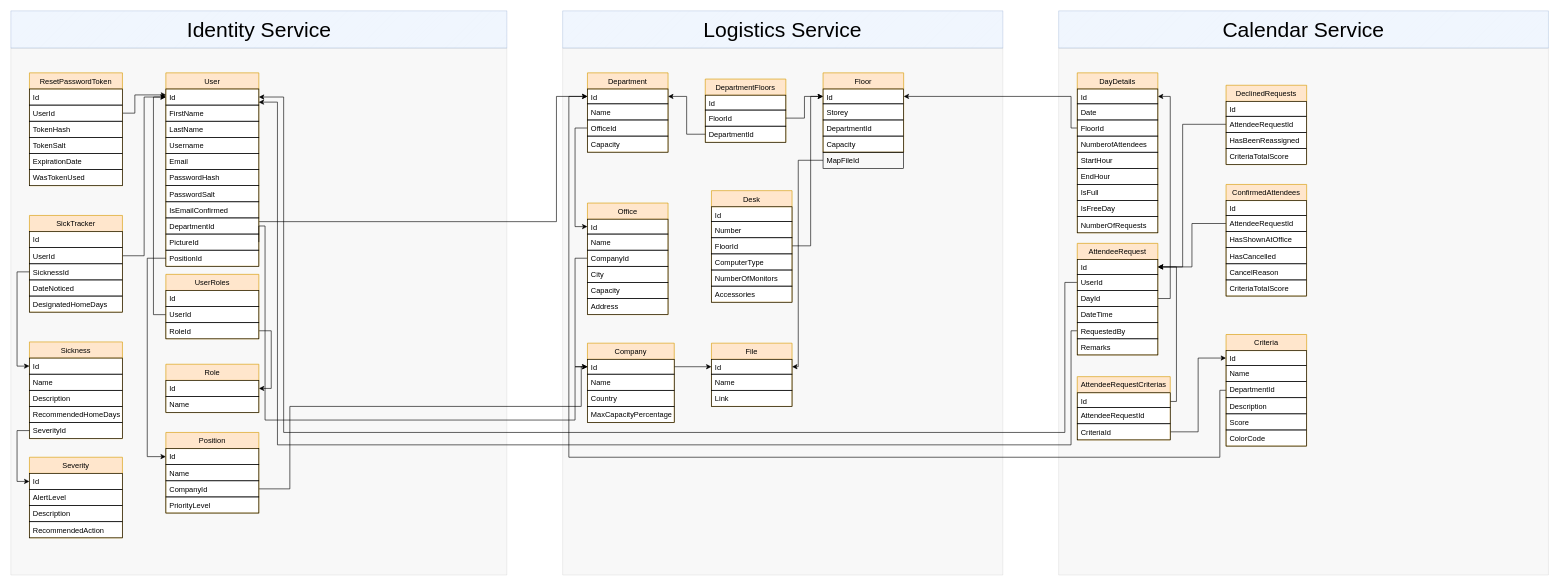
This is Koala DB.drawio from dariusmunteanu/Diagrams, a draw.io file, before an edit. Source tidied: cells renumbered, new cells numbered last; positions are measured from the earlier drawing's top-left corner, leaving out a move shared by most shapes. Both pictures are drawn from the tidied source at 62%, with x=0, y=0 at pixel (11, 11).
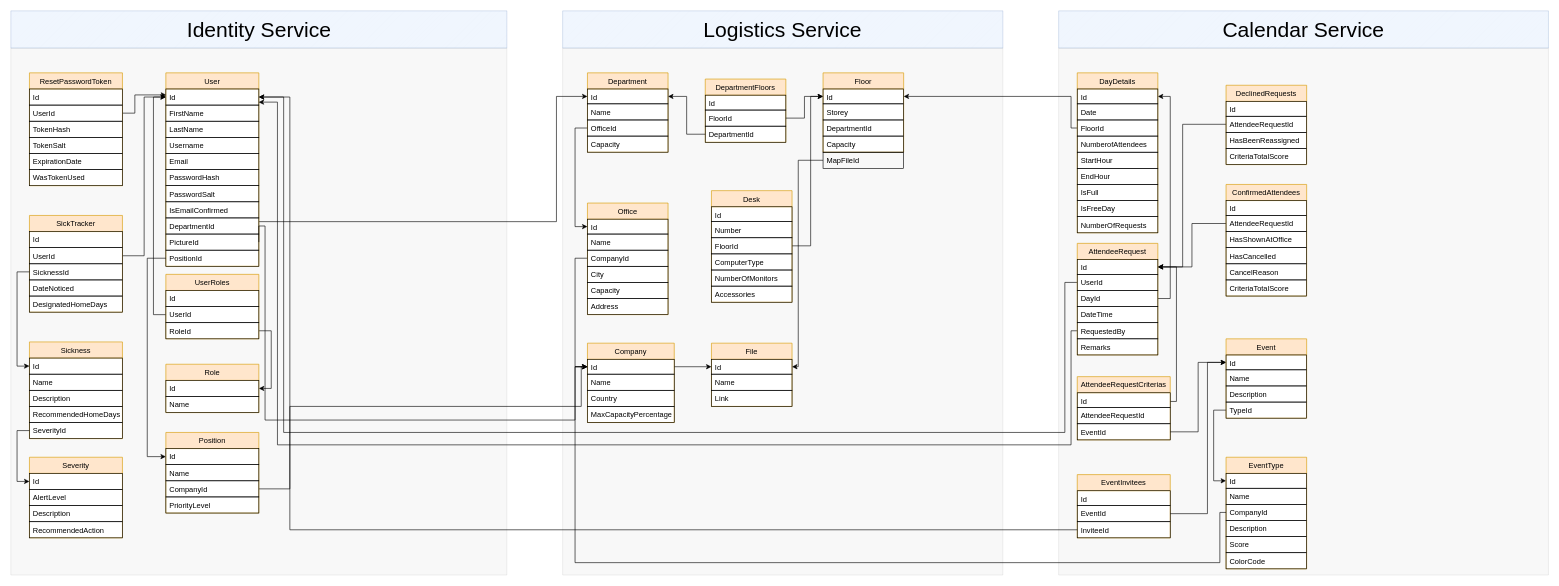
Above is the later version.

Unchanged cells that the change refers to:
```xml
<mxCell id="19" value="Id" style="text;fillColor=none;align=left;verticalAlign=top;spacingLeft=4;spacingRight=4;overflow=hidden;points=[[0,0.5],[1,0.5]];portConstraint=eastwest;strokeColor=#000000;" parent="18" vertex="1">
  <mxGeometry y="26" width="150" height="26" as="geometry" />
</mxCell>
<mxCell id="72" value="Id" style="text;fillColor=none;align=left;verticalAlign=top;spacingLeft=4;spacingRight=4;overflow=hidden;points=[[0,0.5],[1,0.5]];portConstraint=eastwest;strokeColor=#000000;" parent="71" vertex="1">
  <mxGeometry y="26" width="140" height="24" as="geometry" />
</mxCell>
<mxCell id="105" value="AttendeeRequestCriterias" style="swimlane;fontStyle=0;horizontal=1;startSize=26;fillColor=#ffe6cc;swimlaneFillColor=#ffffff;rounded=0;strokeColor=#d79b00;" parent="1" vertex="1">
  <mxGeometry x="1720" y="590" width="150" height="102" as="geometry" />
</mxCell>
<mxCell id="151" value="Id" style="text;fillColor=none;align=left;verticalAlign=top;spacingLeft=4;spacingRight=4;overflow=hidden;points=[[0,0.5],[1,0.5]];portConstraint=eastwest;strokeColor=#000000;" parent="150" vertex="1">
  <mxGeometry y="26" width="130" height="24" as="geometry" />
</mxCell>
```

Diff of the diagram source:
```diff
@@
-    <mxCell id="34" style="edgeStyle=orthogonalEdgeStyle;rounded=0;jettySize=auto;html=1;entryX=0;entryY=0.5;entryDx=0;entryDy=0;fontSize=34;" parent="1" edge="1" source="108" target="111">
-      <mxGeometry relative="1" as="geometry" />
-    </mxCell>
@@
-    <mxCell id="108" value="CriteriaId" style="text;fillColor=none;align=left;verticalAlign=top;spacingLeft=4;spacingRight=4;overflow=hidden;points=[[0,0.5],[1,0.5]];portConstraint=eastwest;strokeColor=#000000;" parent="105" vertex="1">
+    <mxCell id="108" value="EventId" style="text;fillColor=none;align=left;verticalAlign=top;spacingLeft=4;spacingRight=4;overflow=hidden;points=[[0,0.5],[1,0.5]];portConstraint=eastwest;strokeColor=#000000;" parent="105" vertex="1">
       <mxGeometry y="76" width="150" height="26" as="geometry" />
     </mxCell>
-    <mxCell id="109" style="edgeStyle=orthogonalEdgeStyle;rounded=0;jettySize=auto;html=1;entryX=0;entryY=0.5;entryDx=0;entryDy=0;" parent="1" edge="1" source="110" target="151">
-      <mxGeometry relative="1" as="geometry">
-        <Array as="points">
-          <mxPoint x="1950" y="612" />
-          <mxPoint x="1950" y="720" />
-          <mxPoint x="900" y="720" />
-          <mxPoint x="900" y="138" />
-        </Array>
-      </mxGeometry>
-    </mxCell>
-    <mxCell id="110" value="Criteria" style="swimlane;fontStyle=0;horizontal=1;startSize=26;fillColor=#ffe6cc;swimlaneFillColor=#ffffff;rounded=0;strokeColor=#d79b00;" parent="1" vertex="1">
-      <mxGeometry x="1960" y="522" width="130" height="180" as="geometry" />
-    </mxCell>
-    <mxCell id="111" value="Id" style="text;fillColor=none;align=left;verticalAlign=top;spacingLeft=4;spacingRight=4;overflow=hidden;points=[[0,0.5],[1,0.5]];portConstraint=eastwest;strokeColor=#000000;" parent="110" vertex="1">
-      <mxGeometry y="26" width="130" height="24" as="geometry" />
-    </mxCell>
-    <mxCell id="112" value="Name" style="text;fillColor=none;align=left;verticalAlign=top;spacingLeft=4;spacingRight=4;overflow=hidden;strokeColor=#000000;" parent="110" vertex="1">
-      <mxGeometry y="50" width="130" height="26" as="geometry" />
-    </mxCell>
-    <mxCell id="113" value="DepartmentId" style="text;fillColor=none;align=left;verticalAlign=top;spacingLeft=4;spacingRight=4;overflow=hidden;points=[[0,0.5],[1,0.5]];portConstraint=eastwest;strokeColor=#000000;" parent="110" vertex="1">
-      <mxGeometry y="76" width="130" height="26" as="geometry" />
-    </mxCell>
-    <mxCell id="114" value="Description" style="text;fillColor=none;align=left;verticalAlign=top;spacingLeft=4;spacingRight=4;overflow=hidden;strokeColor=#000000;" parent="110" vertex="1">
-      <mxGeometry y="102" width="130" height="26" as="geometry" />
-    </mxCell>
-    <mxCell id="115" value="Score" style="text;fillColor=none;align=left;verticalAlign=top;spacingLeft=4;spacingRight=4;overflow=hidden;strokeColor=#000000;" parent="110" vertex="1">
-      <mxGeometry y="128" width="130" height="26" as="geometry" />
-    </mxCell>
-    <mxCell id="116" value="ColorCode" style="text;fillColor=none;align=left;verticalAlign=top;spacingLeft=4;spacingRight=4;overflow=hidden;strokeColor=#000000;" parent="110" vertex="1">
-      <mxGeometry y="154" width="130" height="26" as="geometry" />
-    </mxCell>
@@
+    <mxCell id="162" style="edgeStyle=orthogonalEdgeStyle;rounded=0;jettySize=auto;html=1;exitX=1;exitY=0.5;exitDx=0;exitDy=0;entryX=0;entryY=0.5;entryDx=0;entryDy=0;" parent="1" edge="1" source="108" target="170">
+      <mxGeometry relative="1" as="geometry" />
+    </mxCell>
+    <mxCell id="163" style="edgeStyle=orthogonalEdgeStyle;rounded=0;jettySize=auto;html=1;entryX=0;entryY=0.5;entryDx=0;entryDy=0;" parent="1" edge="1" source="173" target="111">
+      <mxGeometry relative="1" as="geometry" />
+    </mxCell>
+    <mxCell id="110" value="EventType" style="swimlane;fontStyle=0;horizontal=1;startSize=26;fillColor=#ffe6cc;swimlaneFillColor=#ffffff;rounded=0;strokeColor=#d79b00;" parent="1" vertex="1">
+      <mxGeometry x="1960" y="720" width="130" height="180" as="geometry" />
+    </mxCell>
+    <mxCell id="111" value="Id" style="text;fillColor=none;align=left;verticalAlign=top;spacingLeft=4;spacingRight=4;overflow=hidden;points=[[0,0.5],[1,0.5]];portConstraint=eastwest;strokeColor=#000000;" parent="110" vertex="1">
+      <mxGeometry y="26" width="130" height="24" as="geometry" />
+    </mxCell>
+    <mxCell id="112" value="Name" style="text;fillColor=none;align=left;verticalAlign=top;spacingLeft=4;spacingRight=4;overflow=hidden;strokeColor=#000000;" parent="110" vertex="1">
+      <mxGeometry y="50" width="130" height="26" as="geometry" />
+    </mxCell>
+    <mxCell id="113" value="CompanyId" style="text;fillColor=none;align=left;verticalAlign=top;spacingLeft=4;spacingRight=4;overflow=hidden;points=[[0,0.5],[1,0.5]];portConstraint=eastwest;strokeColor=#000000;" parent="110" vertex="1">
+      <mxGeometry y="76" width="130" height="26" as="geometry" />
+    </mxCell>
+    <mxCell id="114" value="Description" style="text;fillColor=none;align=left;verticalAlign=top;spacingLeft=4;spacingRight=4;overflow=hidden;strokeColor=#000000;" parent="110" vertex="1">
+      <mxGeometry y="102" width="130" height="26" as="geometry" />
+    </mxCell>
+    <mxCell id="115" value="Score" style="text;fillColor=none;align=left;verticalAlign=top;spacingLeft=4;spacingRight=4;overflow=hidden;strokeColor=#000000;" parent="110" vertex="1">
+      <mxGeometry y="128" width="130" height="26" as="geometry" />
+    </mxCell>
+    <mxCell id="116" value="ColorCode" style="text;fillColor=none;align=left;verticalAlign=top;spacingLeft=4;spacingRight=4;overflow=hidden;strokeColor=#000000;" parent="110" vertex="1">
+      <mxGeometry y="154" width="130" height="26" as="geometry" />
+    </mxCell>
+    <mxCell id="164" value="EventInvitees" style="swimlane;fontStyle=0;horizontal=1;startSize=26;fillColor=#ffe6cc;swimlaneFillColor=#ffffff;rounded=0;strokeColor=#d79b00;" parent="1" vertex="1">
+      <mxGeometry x="1720" y="748" width="150" height="102" as="geometry" />
+    </mxCell>
+    <mxCell id="165" value="Id" style="text;fillColor=none;align=left;verticalAlign=top;spacingLeft=4;spacingRight=4;overflow=hidden;strokeColor=#000000;" parent="164" vertex="1">
+      <mxGeometry y="26" width="150" height="24" as="geometry" />
+    </mxCell>
+    <mxCell id="166" value="EventId" style="text;fillColor=none;align=left;verticalAlign=top;spacingLeft=4;spacingRight=4;overflow=hidden;points=[[0,0.5],[1,0.5]];portConstraint=eastwest;strokeColor=#000000;" parent="164" vertex="1">
+      <mxGeometry y="50" width="150" height="26" as="geometry" />
+    </mxCell>
+    <mxCell id="167" value="InviteeId" style="text;fillColor=none;align=left;verticalAlign=top;spacingLeft=4;spacingRight=4;overflow=hidden;points=[[0,0.5],[1,0.5]];portConstraint=eastwest;strokeColor=#000000;" parent="164" vertex="1">
+      <mxGeometry y="76" width="150" height="26" as="geometry" />
+    </mxCell>
+    <mxCell id="168" style="edgeStyle=orthogonalEdgeStyle;rounded=0;jettySize=auto;html=1;entryX=0;entryY=0.5;entryDx=0;entryDy=0;" parent="1" edge="1" source="166" target="170">
+      <mxGeometry relative="1" as="geometry">
+        <Array as="points">
+          <mxPoint x="1930" y="811" />
+          <mxPoint x="1930" y="567" />
+        </Array>
+      </mxGeometry>
+    </mxCell>
+    <mxCell id="169" value="Event" style="swimlane;fontStyle=0;horizontal=1;startSize=26;fillColor=#ffe6cc;swimlaneFillColor=#ffffff;rounded=0;strokeColor=#d79b00;" parent="1" vertex="1">
+      <mxGeometry x="1960" y="529" width="130" height="128" as="geometry" />
+    </mxCell>
+    <mxCell id="170" value="Id" style="text;fillColor=none;align=left;verticalAlign=top;spacingLeft=4;spacingRight=4;overflow=hidden;points=[[0,0.5],[1,0.5]];portConstraint=eastwest;strokeColor=#000000;" parent="169" vertex="1">
+      <mxGeometry y="26" width="130" height="24" as="geometry" />
+    </mxCell>
+    <mxCell id="171" value="Name" style="text;fillColor=none;align=left;verticalAlign=top;spacingLeft=4;spacingRight=4;overflow=hidden;strokeColor=#000000;" parent="169" vertex="1">
+      <mxGeometry y="50" width="130" height="26" as="geometry" />
+    </mxCell>
+    <mxCell id="172" value="Description" style="text;fillColor=none;align=left;verticalAlign=top;spacingLeft=4;spacingRight=4;overflow=hidden;strokeColor=#000000;" parent="169" vertex="1">
+      <mxGeometry y="76" width="130" height="26" as="geometry" />
+    </mxCell>
+    <mxCell id="173" value="TypeId" style="text;fillColor=none;align=left;verticalAlign=top;spacingLeft=4;spacingRight=4;overflow=hidden;points=[[0,0.5],[1,0.5]];portConstraint=eastwest;strokeColor=#000000;" parent="169" vertex="1">
+      <mxGeometry y="102" width="130" height="26" as="geometry" />
+    </mxCell>
+    <mxCell id="174" style="edgeStyle=orthogonalEdgeStyle;rounded=0;jettySize=auto;html=1;entryX=1;entryY=0.5;entryDx=0;entryDy=0;" parent="1" edge="1" source="167" target="19">
+      <mxGeometry relative="1" as="geometry">
+        <Array as="points">
+          <mxPoint x="450" y="837" />
+          <mxPoint x="450" y="139" />
+        </Array>
+      </mxGeometry>
+    </mxCell>
+    <mxCell id="175" style="edgeStyle=orthogonalEdgeStyle;rounded=0;jettySize=auto;html=1;exitX=0;exitY=0.5;exitDx=0;exitDy=0;entryX=0;entryY=0.5;entryDx=0;entryDy=0;" parent="1" edge="1" source="113" target="72">
+      <mxGeometry relative="1" as="geometry">
+        <Array as="points">
+          <mxPoint x="1950" y="809" />
+          <mxPoint x="1950" y="890" />
+          <mxPoint x="910" y="890" />
+          <mxPoint x="910" y="574" />
+        </Array>
+      </mxGeometry>
+    </mxCell>
```
